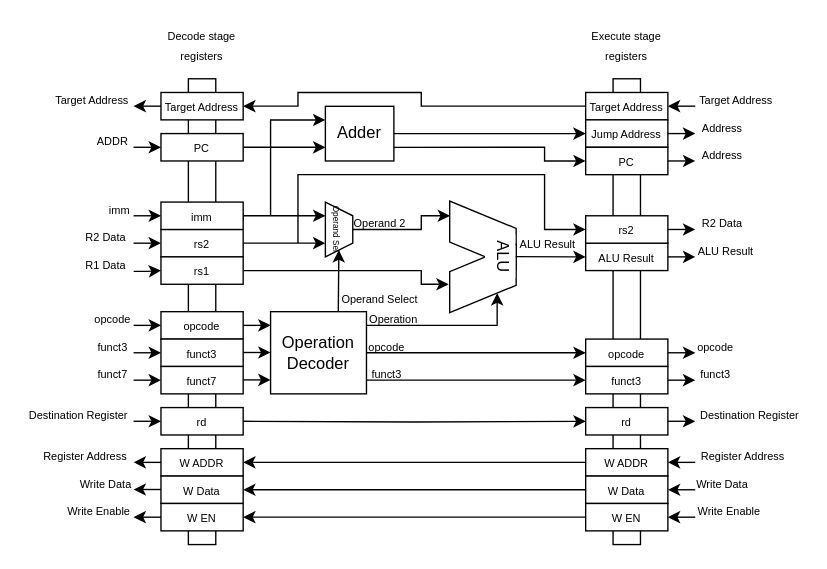
This is page "Execute stage" (4 of 6) of docs/imgs/microarchitecture/multi-cycle_datapath.drawio from WachirawichN/C0-CPU, a draw.io file, before an edit. Source tidied: cells renumbered, new cells numbered last; positions are measured from the earlier drawing's top-left corner, leaving out a move shared by most shapes. Both pictures are drawn from the tidied source at 137%, with x=0, y=0 at pixel (23, 23).
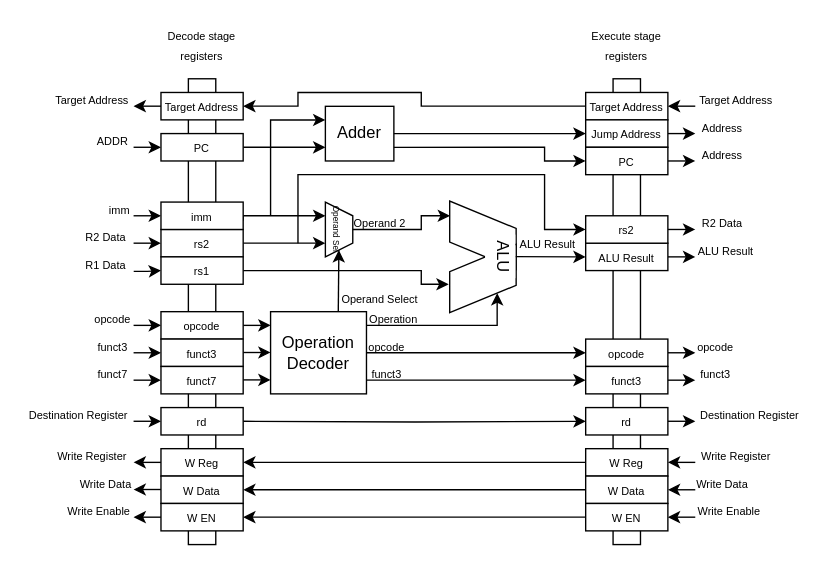
Above is the later version.

Unchanged cells that the change refers to:
```xml
<mxCell id="84" style="group;" parent="1" vertex="1">
  <mxGeometry x="100" width="60" height="380" as="geometry" />
</mxCell>
<mxCell id="99" style="group;" parent="1" vertex="1">
  <mxGeometry x="410" width="60" height="380" as="geometry" />
</mxCell>
```

The edit, as a diff of the source:
```diff
@@
-    <mxCell id="3" value="&lt;font style=&quot;font-size: 8px;&quot;&gt;Register Address&lt;/font&gt;" style="text;html=1;whiteSpace=wrap;strokeColor=none;fillColor=none;align=center;verticalAlign=middle;rounded=0;" parent="1" vertex="1">
-      <mxGeometry x="10" y="310" width="70" height="10" as="geometry" />
+    <mxCell id="3" value="&lt;span style=&quot;font-size: 8px;&quot;&gt;Write Register&lt;/span&gt;" style="text;html=1;whiteSpace=wrap;strokeColor=none;fillColor=none;align=center;verticalAlign=middle;rounded=0;" parent="1" vertex="1">
+      <mxGeometry x="20" y="310" width="60" height="10" as="geometry" />
     </mxCell>
@@
-    <mxCell id="66" value="&lt;font style=&quot;font-size: 8px;&quot;&gt;Register Address&lt;/font&gt;" style="text;html=1;whiteSpace=wrap;strokeColor=none;fillColor=none;align=center;verticalAlign=middle;rounded=0;" parent="1" vertex="1">
-      <mxGeometry x="490" y="310" width="70" height="10" as="geometry" />
+    <mxCell id="66" value="&lt;span style=&quot;font-size: 8px;&quot;&gt;Write Register&lt;/span&gt;" style="text;html=1;whiteSpace=wrap;strokeColor=none;fillColor=none;align=center;verticalAlign=middle;rounded=0;" parent="1" vertex="1">
+      <mxGeometry x="490" y="310" width="60" height="10" as="geometry" />
     </mxCell>
@@
-    <mxCell id="94" value="&lt;font style=&quot;font-size: 8px;&quot;&gt;W ADDR&lt;/font&gt;" style="rounded=0;whiteSpace=wrap;html=1;strokeColor=light-dark(#000000,#FFFFFF);fillColor=light-dark(#FFFFFF,#000000);" parent="84" vertex="1">
+    <mxCell id="94" value="&lt;font style=&quot;font-size: 8px;&quot;&gt;W Reg&lt;/font&gt;" style="rounded=0;whiteSpace=wrap;html=1;strokeColor=light-dark(#000000,#FFFFFF);fillColor=light-dark(#FFFFFF,#000000);" parent="84" vertex="1">
       <mxGeometry y="310" width="60" height="20" as="geometry" />
     </mxCell>
@@
-    <mxCell id="107" value="&lt;font style=&quot;font-size: 8px;&quot;&gt;W ADDR&lt;/font&gt;" style="rounded=0;whiteSpace=wrap;html=1;strokeColor=light-dark(#000000,#FFFFFF);fillColor=light-dark(#FFFFFF,#000000);" parent="99" vertex="1">
+    <mxCell id="107" value="&lt;span style=&quot;font-size: 8px;&quot;&gt;W Reg&lt;/span&gt;" style="rounded=0;whiteSpace=wrap;html=1;strokeColor=light-dark(#000000,#FFFFFF);fillColor=light-dark(#FFFFFF,#000000);" parent="99" vertex="1">
       <mxGeometry y="310" width="60" height="20" as="geometry" />
     </mxCell>
```
